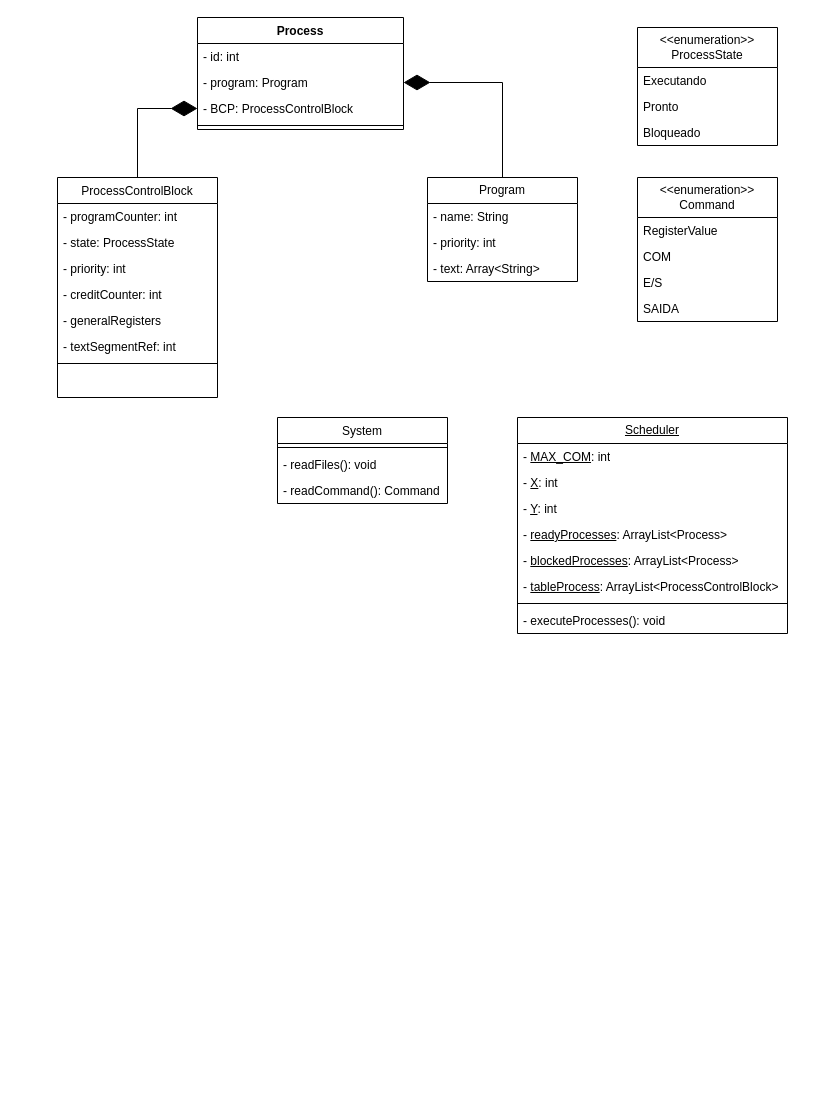
This is ClassDiagram.drawio from le-affes/ep_so, a draw.io file, before an edit. Source tidied: cells renumbered, new cells numbered last; positions are measured from the earlier drawing's top-left corner, leaving out a move shared by most shapes. Both pictures are drawn from the tidied source at 100%, with x=0, y=0 at pixel (57, 17).
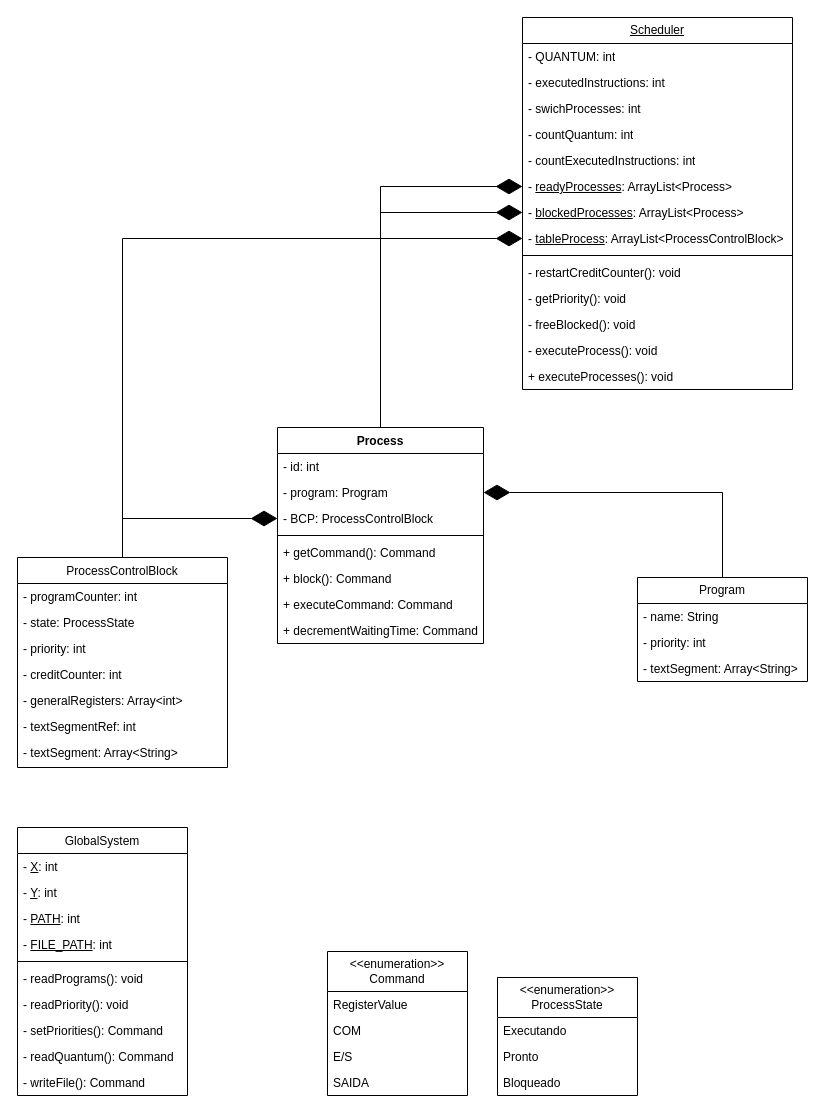
After the change.

What changed in the source:
```diff
@@
+    <mxCell id="43" style="edgeStyle=orthogonalEdgeStyle;rounded=0;jettySize=auto;html=1;exitX=0.5;exitY=0;exitDx=0;exitDy=0;entryX=0;entryY=0.5;entryDx=0;entryDy=0;endArrow=diamondThin;endFill=1;endSize=24;" parent="1" edge="1" source="3" target="22">
+      <mxGeometry relative="1" as="geometry" />
+    </mxCell>
     <mxCell id="3" value="ProcessControlBlock" style="swimlane;fontStyle=0;align=center;verticalAlign=top;horizontal=1;startSize=26;rounded=0;shadow=0;strokeWidth=1;" parent="1" vertex="1">
-      <mxGeometry y="160" width="160" height="220" as="geometry" />
+      <mxGeometry x="-40" y="540" width="210" height="210" as="geometry" />
     </mxCell>
     <mxCell id="4" value="- programCounter: int" style="text;align=left;verticalAlign=top;spacingLeft=4;spacingRight=4;overflow=hidden;" parent="3" vertex="1">
-      <mxGeometry y="26" width="160" height="26" as="geometry" />
+      <mxGeometry y="26" width="210" height="26" as="geometry" />
     </mxCell>
     <mxCell id="5" value="- state: ProcessState" style="text;align=left;verticalAlign=top;spacingLeft=4;spacingRight=4;overflow=hidden;rounded=0;shadow=0;html=0;" parent="3" vertex="1">
-      <mxGeometry y="52" width="160" height="26" as="geometry" />
+      <mxGeometry y="52" width="210" height="26" as="geometry" />
     </mxCell>
     <mxCell id="6" value="- priority: int" style="text;align=left;verticalAlign=top;spacingLeft=4;spacingRight=4;overflow=hidden;rounded=0;shadow=0;html=0;" parent="3" vertex="1">
-      <mxGeometry y="78" width="160" height="26" as="geometry" />
+      <mxGeometry y="78" width="210" height="26" as="geometry" />
     </mxCell>
     <mxCell id="7" value="- creditCounter: int" style="text;align=left;verticalAlign=top;spacingLeft=4;spacingRight=4;overflow=hidden;rounded=0;shadow=0;html=0;" parent="3" vertex="1">
-      <mxGeometry y="104" width="160" height="26" as="geometry" />
+      <mxGeometry y="104" width="210" height="26" as="geometry" />
     </mxCell>
-    <mxCell id="8" value="- generalRegisters" style="text;align=left;verticalAlign=top;spacingLeft=4;spacingRight=4;overflow=hidden;rounded=0;shadow=0;html=0;" parent="3" vertex="1">
-      <mxGeometry y="130" width="160" height="26" as="geometry" />
+    <mxCell id="8" value="- generalRegisters: Array&lt;int&gt;" style="text;align=left;verticalAlign=top;spacingLeft=4;spacingRight=4;overflow=hidden;rounded=0;shadow=0;html=0;" parent="3" vertex="1">
+      <mxGeometry y="130" width="210" height="26" as="geometry" />
     </mxCell>
     <mxCell id="9" value="- textSegmentRef: int" style="text;align=left;verticalAlign=top;spacingLeft=4;spacingRight=4;overflow=hidden;" parent="3" vertex="1">
-      <mxGeometry y="156" width="160" height="26" as="geometry" />
+      <mxGeometry y="156" width="210" height="26" as="geometry" />
     </mxCell>
-    <mxCell id="10" style="line;html=1;strokeWidth=1;align=left;verticalAlign=middle;spacingTop=-1;spacingLeft=3;spacingRight=3;labelPosition=right;" parent="3" vertex="1">
-      <mxGeometry y="182" width="160" height="8" as="geometry" />
-    </mxCell>
+    <mxCell id="44" value="- textSegment: Array&amp;lt;String&amp;gt;" style="text;strokeColor=none;fillColor=none;align=left;verticalAlign=top;spacingLeft=4;spacingRight=4;overflow=hidden;whiteSpace=wrap;html=1;" parent="3" vertex="1">
+      <mxGeometry y="182" width="210" height="26" as="geometry" />
+    </mxCell>
+    <mxCell id="45" style="edgeStyle=orthogonalEdgeStyle;rounded=0;jettySize=auto;html=1;exitX=0.5;exitY=0;exitDx=0;exitDy=0;endArrow=diamondThin;endFill=1;endSize=24;" parent="1" edge="1" source="11" target="20">
+      <mxGeometry relative="1" as="geometry">
+        <Array as="points">
+          <mxPoint x="323" y="390" />
+          <mxPoint x="323" y="390" />
+          <mxPoint x="323" y="169" />
+        </Array>
+      </mxGeometry>
+    </mxCell>
+    <mxCell id="46" style="edgeStyle=orthogonalEdgeStyle;rounded=0;jettySize=auto;html=1;exitX=0.5;exitY=0;exitDx=0;exitDy=0;entryX=0;entryY=0.5;entryDx=0;entryDy=0;endArrow=diamondThin;endFill=1;endSize=24;" parent="1" edge="1" source="11" target="21">
+      <mxGeometry relative="1" as="geometry" />
+    </mxCell>
     <mxCell id="11" value="Process" style="swimlane;fontStyle=1;align=center;verticalAlign=top;horizontal=1;startSize=26;whiteSpace=wrap;html=1;" parent="1" vertex="1">
-      <mxGeometry x="140" width="206" height="112" as="geometry" />
+      <mxGeometry x="220" y="410" width="206" height="216" as="geometry" />
     </mxCell>
@@
+    <mxCell id="47" value="+ getCommand(): Command" style="text;align=left;verticalAlign=top;spacingLeft=4;spacingRight=4;overflow=hidden;rounded=0;shadow=0;html=0;" parent="11" vertex="1">
+      <mxGeometry y="112" width="206" height="26" as="geometry" />
+    </mxCell>
+    <mxCell id="48" value="+ block(): Command" style="text;align=left;verticalAlign=top;spacingLeft=4;spacingRight=4;overflow=hidden;rounded=0;shadow=0;html=0;" parent="11" vertex="1">
+      <mxGeometry y="138" width="206" height="26" as="geometry" />
+    </mxCell>
+    <mxCell id="49" value="+ executeCommand: Command" style="text;align=left;verticalAlign=top;spacingLeft=4;spacingRight=4;overflow=hidden;rounded=0;shadow=0;html=0;" parent="11" vertex="1">
+      <mxGeometry y="164" width="206" height="26" as="geometry" />
+    </mxCell>
+    <mxCell id="50" value="+ decrementWaitingTime: Command" style="text;align=left;verticalAlign=top;spacingLeft=4;spacingRight=4;overflow=hidden;rounded=0;shadow=0;html=0;" parent="11" vertex="1">
+      <mxGeometry y="190" width="206" height="26" as="geometry" />
+    </mxCell>
     <mxCell id="16" value="&lt;u&gt;Scheduler&lt;/u&gt;" style="swimlane;fontStyle=0;horizontal=1;startSize=26;fillColor=none;whiteSpace=wrap;html=1;" parent="1" vertex="1">
-      <mxGeometry x="460" y="400" width="270" height="216" as="geometry" />
+      <mxGeometry x="465" width="270" height="372" as="geometry" />
     </mxCell>
-    <mxCell id="17" value="- &lt;u&gt;MAX_COM&lt;/u&gt;: int" style="text;strokeColor=none;fillColor=none;align=left;verticalAlign=top;spacingLeft=4;spacingRight=4;overflow=hidden;whiteSpace=wrap;html=1;" parent="16" vertex="1">
+    <mxCell id="17" value="- QUANTUM: int" style="text;strokeColor=none;fillColor=none;align=left;verticalAlign=top;spacingLeft=4;spacingRight=4;overflow=hidden;whiteSpace=wrap;html=1;" parent="16" vertex="1">
       <mxGeometry y="26" width="270" height="26" as="geometry" />
     </mxCell>
-    <mxCell id="18" value="- &lt;u&gt;X&lt;/u&gt;: int" style="text;strokeColor=none;fillColor=none;align=left;verticalAlign=top;spacingLeft=4;spacingRight=4;overflow=hidden;whiteSpace=wrap;html=1;" parent="16" vertex="1">
-      <mxGeometry y="52" width="270" height="26" as="geometry" />
-    </mxCell>
-    <mxCell id="19" value="- &lt;u&gt;Y&lt;/u&gt;: int" style="text;strokeColor=none;fillColor=none;align=left;verticalAlign=top;spacingLeft=4;spacingRight=4;overflow=hidden;whiteSpace=wrap;html=1;" parent="16" vertex="1">
-      <mxGeometry y="78" width="270" height="26" as="geometry" />
-    </mxCell>
+    <mxCell id="51" value="- executedInstructions: int" style="text;strokeColor=none;fillColor=none;align=left;verticalAlign=top;spacingLeft=4;spacingRight=4;overflow=hidden;whiteSpace=wrap;html=1;" parent="16" vertex="1">
+      <mxGeometry y="52" width="270" height="26" as="geometry" />
+    </mxCell>
+    <mxCell id="52" value="- swichProcesses: int" style="text;strokeColor=none;fillColor=none;align=left;verticalAlign=top;spacingLeft=4;spacingRight=4;overflow=hidden;whiteSpace=wrap;html=1;" parent="16" vertex="1">
+      <mxGeometry y="78" width="270" height="26" as="geometry" />
+    </mxCell>
+    <mxCell id="53" value="- countQuantum: int" style="text;strokeColor=none;fillColor=none;align=left;verticalAlign=top;spacingLeft=4;spacingRight=4;overflow=hidden;whiteSpace=wrap;html=1;" parent="16" vertex="1">
+      <mxGeometry y="104" width="270" height="26" as="geometry" />
+    </mxCell>
+    <mxCell id="54" value="- countExecutedInstructions: int" style="text;strokeColor=none;fillColor=none;align=left;verticalAlign=top;spacingLeft=4;spacingRight=4;overflow=hidden;whiteSpace=wrap;html=1;" parent="16" vertex="1">
+      <mxGeometry y="130" width="270" height="26" as="geometry" />
+    </mxCell>
     <mxCell id="20" value="- &lt;u&gt;readyProcesses&lt;/u&gt;: ArrayList&amp;lt;Process&amp;gt;" style="text;strokeColor=none;fillColor=none;align=left;verticalAlign=top;spacingLeft=4;spacingRight=4;overflow=hidden;points=[[0,0.5],[1,0.5]];portConstraint=eastwest;whiteSpace=wrap;html=1;" parent="16" vertex="1">
-      <mxGeometry y="104" width="270" height="26" as="geometry" />
+      <mxGeometry y="156" width="270" height="26" as="geometry" />
     </mxCell>
     <mxCell id="21" value="- &lt;u&gt;blockedProcesses&lt;/u&gt;: ArrayList&amp;lt;Process&amp;gt;" style="text;strokeColor=none;fillColor=none;align=left;verticalAlign=top;spacingLeft=4;spacingRight=4;overflow=hidden;points=[[0,0.5],[1,0.5]];portConstraint=eastwest;whiteSpace=wrap;html=1;" parent="16" vertex="1">
-      <mxGeometry y="130" width="270" height="26" as="geometry" />
+      <mxGeometry y="182" width="270" height="26" as="geometry" />
     </mxCell>
     <mxCell id="22" value="- &lt;u&gt;tableProcess&lt;/u&gt;: ArrayList&amp;lt;&lt;span style=&quot;text-align: center; text-wrap: nowrap;&quot;&gt;ProcessControlBlock&lt;/span&gt;&amp;gt;" style="text;strokeColor=none;fillColor=none;align=left;verticalAlign=top;spacingLeft=4;spacingRight=4;overflow=hidden;points=[[0,0.5],[1,0.5]];portConstraint=eastwest;whiteSpace=wrap;html=1;" parent="16" vertex="1">
-      <mxGeometry y="156" width="270" height="26" as="geometry" />
+      <mxGeometry y="208" width="270" height="26" as="geometry" />
     </mxCell>
     <mxCell id="23" style="line;html=1;strokeWidth=1;align=left;verticalAlign=middle;spacingTop=-1;spacingLeft=3;spacingRight=3;labelPosition=right;" parent="16" vertex="1">
-      <mxGeometry y="182" width="270" height="8" as="geometry" />
+      <mxGeometry y="234" width="270" height="8" as="geometry" />
     </mxCell>
+    <mxCell id="55" value="- restartCreditCounter(): void" style="text;align=left;verticalAlign=top;spacingLeft=4;spacingRight=4;overflow=hidden;" parent="16" vertex="1">
+      <mxGeometry y="242" width="270" height="26" as="geometry" />
+    </mxCell>
+    <mxCell id="56" value="- getPriority(): void" style="text;align=left;verticalAlign=top;spacingLeft=4;spacingRight=4;overflow=hidden;" parent="16" vertex="1">
+      <mxGeometry y="268" width="270" height="26" as="geometry" />
+    </mxCell>
+    <mxCell id="57" value="- freeBlocked(): void" style="text;align=left;verticalAlign=top;spacingLeft=4;spacingRight=4;overflow=hidden;" parent="16" vertex="1">
+      <mxGeometry y="294" width="270" height="26" as="geometry" />
+    </mxCell>
+    <mxCell id="58" value="- executeProcess(): void" style="text;align=left;verticalAlign=top;spacingLeft=4;spacingRight=4;overflow=hidden;" parent="16" vertex="1">
+      <mxGeometry y="320" width="270" height="26" as="geometry" />
+    </mxCell>
-    <mxCell id="24" value="- executeProcesses(): void" style="text;align=left;verticalAlign=top;spacingLeft=4;spacingRight=4;overflow=hidden;" parent="16" vertex="1">
-      <mxGeometry y="190" width="270" height="26" as="geometry" />
+    <mxCell id="24" value="+ executeProcesses(): void" style="text;align=left;verticalAlign=top;spacingLeft=4;spacingRight=4;overflow=hidden;" parent="16" vertex="1">
+      <mxGeometry y="346" width="270" height="26" as="geometry" />
     </mxCell>
     <mxCell id="25" value="&amp;lt;&amp;lt;enumeration&amp;gt;&amp;gt;&lt;br&gt;ProcessState" style="swimlane;fontStyle=0;horizontal=1;startSize=40;fillColor=none;whiteSpace=wrap;html=1;" parent="1" vertex="1">
-      <mxGeometry x="580" y="10" width="140" height="118" as="geometry" />
+      <mxGeometry x="440" y="960" width="140" height="118" as="geometry" />
     </mxCell>
@@
     <mxCell id="30" value="Program" style="swimlane;fontStyle=0;horizontal=1;startSize=26;fillColor=none;whiteSpace=wrap;html=1;" parent="1" vertex="1">
-      <mxGeometry x="370" y="160" width="150" height="104" as="geometry" />
+      <mxGeometry x="580" y="560" width="170" height="104" as="geometry" />
     </mxCell>
     <mxCell id="31" value="- name: String" style="text;strokeColor=none;fillColor=none;align=left;verticalAlign=top;spacingLeft=4;spacingRight=4;overflow=hidden;whiteSpace=wrap;html=1;" parent="30" vertex="1">
-      <mxGeometry y="26" width="150" height="26" as="geometry" />
+      <mxGeometry y="26" width="170" height="26" as="geometry" />
     </mxCell>
     <mxCell id="32" value="- priority: int" style="text;strokeColor=none;fillColor=none;align=left;verticalAlign=top;spacingLeft=4;spacingRight=4;overflow=hidden;whiteSpace=wrap;html=1;" parent="30" vertex="1">
-      <mxGeometry y="52" width="150" height="26" as="geometry" />
+      <mxGeometry y="52" width="170" height="26" as="geometry" />
     </mxCell>
-    <mxCell id="33" value="- text: Array&amp;lt;String&amp;gt;" style="text;strokeColor=none;fillColor=none;align=left;verticalAlign=top;spacingLeft=4;spacingRight=4;overflow=hidden;whiteSpace=wrap;html=1;" parent="30" vertex="1">
-      <mxGeometry y="78" width="150" height="26" as="geometry" />
+    <mxCell id="33" value="- textSegment: Array&amp;lt;String&amp;gt;" style="text;strokeColor=none;fillColor=none;align=left;verticalAlign=top;spacingLeft=4;spacingRight=4;overflow=hidden;whiteSpace=wrap;html=1;" parent="30" vertex="1">
+      <mxGeometry y="78" width="170" height="26" as="geometry" />
     </mxCell>
-    <mxCell id="34" value="System" style="swimlane;fontStyle=0;align=center;verticalAlign=top;horizontal=1;startSize=26;rounded=0;shadow=0;strokeWidth=1;" parent="1" vertex="1">
-      <mxGeometry x="220" y="400" width="170" height="86" as="geometry" />
-    </mxCell>
-    <mxCell id="35" style="line;html=1;strokeWidth=1;align=left;verticalAlign=middle;spacingTop=-1;spacingLeft=3;spacingRight=3;labelPosition=right;" parent="34" vertex="1">
-      <mxGeometry y="26" width="170" height="8" as="geometry" />
-    </mxCell>
-    <mxCell id="36" value="- readFiles(): void" style="text;align=left;verticalAlign=top;spacingLeft=4;spacingRight=4;overflow=hidden;" parent="34" vertex="1">
-      <mxGeometry y="34" width="170" height="26" as="geometry" />
-    </mxCell>
-    <mxCell id="37" value="- readCommand(): Command" style="text;align=left;verticalAlign=top;spacingLeft=4;spacingRight=4;overflow=hidden;" parent="34" vertex="1">
-      <mxGeometry y="60" width="170" height="26" as="geometry" />
-    </mxCell>
     <mxCell id="38" value="&amp;lt;&amp;lt;enumeration&amp;gt;&amp;gt;&lt;br&gt;Command" style="swimlane;fontStyle=0;horizontal=1;startSize=40;fillColor=none;whiteSpace=wrap;html=1;" parent="1" vertex="1">
-      <mxGeometry x="580" y="160" width="140" height="144" as="geometry" />
+      <mxGeometry x="270" y="934" width="140" height="144" as="geometry" />
     </mxCell>
@@
+    <mxCell id="59" value="GlobalSystem" style="swimlane;fontStyle=0;align=center;verticalAlign=top;horizontal=1;startSize=26;rounded=0;shadow=0;strokeWidth=1;" parent="1" vertex="1">
+      <mxGeometry x="-40" y="810" width="170" height="268" as="geometry" />
+    </mxCell>
+    <mxCell id="18" value="- &lt;u&gt;X&lt;/u&gt;: int" style="text;strokeColor=none;fillColor=none;align=left;verticalAlign=top;spacingLeft=4;spacingRight=4;overflow=hidden;whiteSpace=wrap;html=1;" parent="59" vertex="1">
+      <mxGeometry y="26" width="170" height="26" as="geometry" />
+    </mxCell>
+    <mxCell id="60" value="- &lt;u&gt;Y&lt;/u&gt;: int" style="text;strokeColor=none;fillColor=none;align=left;verticalAlign=top;spacingLeft=4;spacingRight=4;overflow=hidden;whiteSpace=wrap;html=1;" parent="59" vertex="1">
+      <mxGeometry y="52" width="170" height="26" as="geometry" />
+    </mxCell>
+    <mxCell id="19" value="- &lt;u&gt;PATH&lt;/u&gt;: int" style="text;strokeColor=none;fillColor=none;align=left;verticalAlign=top;spacingLeft=4;spacingRight=4;overflow=hidden;whiteSpace=wrap;html=1;" parent="59" vertex="1">
+      <mxGeometry y="78" width="170" height="26" as="geometry" />
+    </mxCell>
+    <mxCell id="61" value="- &lt;u&gt;FILE_PATH&lt;/u&gt;: int" style="text;strokeColor=none;fillColor=none;align=left;verticalAlign=top;spacingLeft=4;spacingRight=4;overflow=hidden;whiteSpace=wrap;html=1;" parent="59" vertex="1">
+      <mxGeometry y="104" width="170" height="26" as="geometry" />
+    </mxCell>
+    <mxCell id="62" style="line;html=1;strokeWidth=1;align=left;verticalAlign=middle;spacingTop=-1;spacingLeft=3;spacingRight=3;labelPosition=right;" parent="59" vertex="1">
+      <mxGeometry y="130" width="170" height="8" as="geometry" />
+    </mxCell>
+    <mxCell id="63" value="- readPrograms(): void" style="text;align=left;verticalAlign=top;spacingLeft=4;spacingRight=4;overflow=hidden;" parent="59" vertex="1">
+      <mxGeometry y="138" width="170" height="26" as="geometry" />
+    </mxCell>
+    <mxCell id="64" value="- readPriority(): void" style="text;align=left;verticalAlign=top;spacingLeft=4;spacingRight=4;overflow=hidden;" parent="59" vertex="1">
+      <mxGeometry y="164" width="170" height="26" as="geometry" />
+    </mxCell>
+    <mxCell id="65" value="- setPriorities(): Command" style="text;align=left;verticalAlign=top;spacingLeft=4;spacingRight=4;overflow=hidden;" parent="59" vertex="1">
+      <mxGeometry y="190" width="170" height="26" as="geometry" />
+    </mxCell>
+    <mxCell id="66" value="- readQuantum(): Command" style="text;align=left;verticalAlign=top;spacingLeft=4;spacingRight=4;overflow=hidden;" parent="59" vertex="1">
+      <mxGeometry y="216" width="170" height="26" as="geometry" />
+    </mxCell>
+    <mxCell id="67" value="- writeFile(): Command" style="text;align=left;verticalAlign=top;spacingLeft=4;spacingRight=4;overflow=hidden;" parent="59" vertex="1">
+      <mxGeometry y="242" width="170" height="26" as="geometry" />
+    </mxCell>
```
